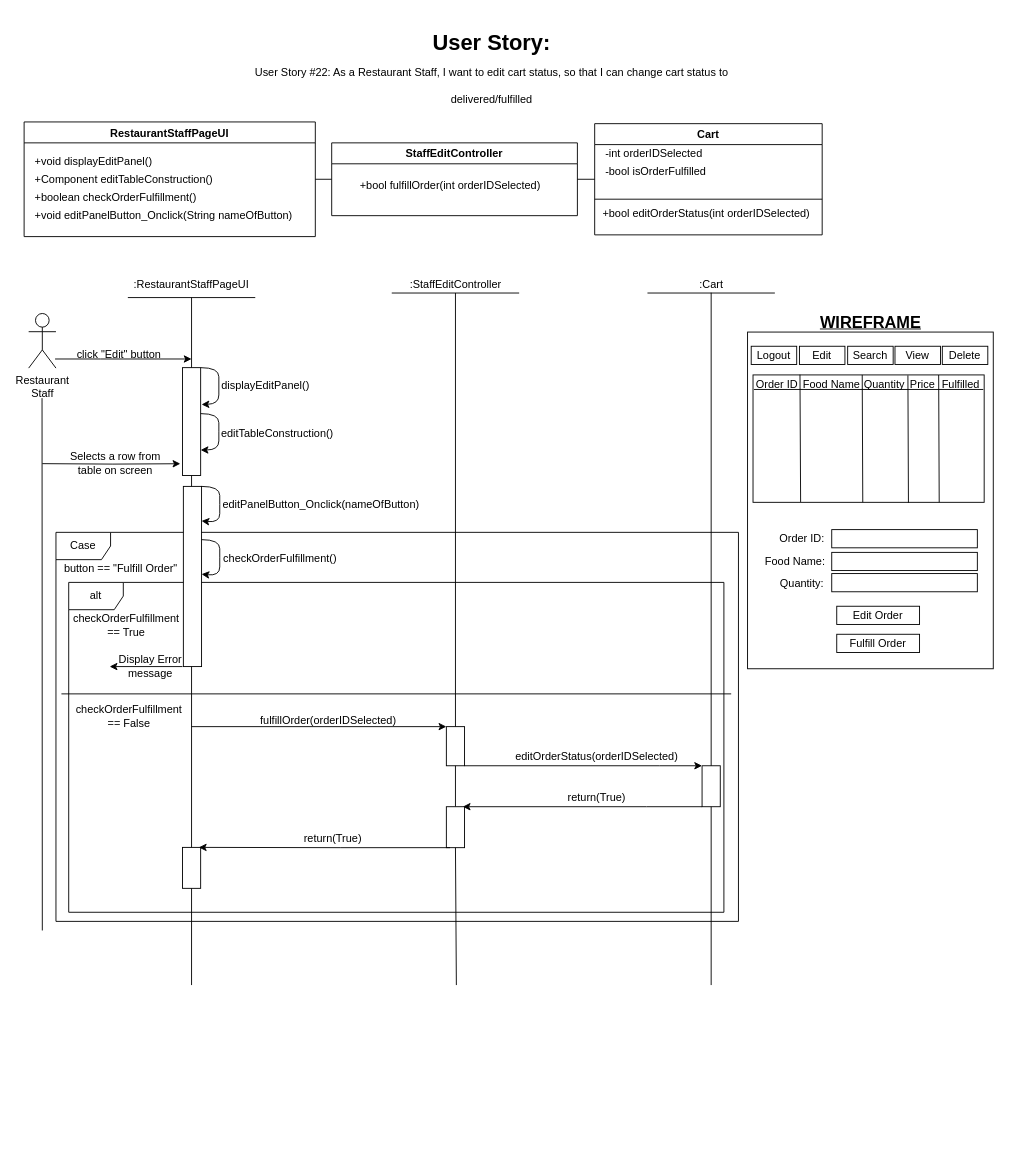
Before: BCE_UML_and_Diagrams/RestaurantStaff/RestaurantStaff_Edit/UserStory#22_RestaurantStaff_Edit.drawio in extred5700/JAVAGUI-Restaurant-Table-Order-System, a draw.io diagram. Source tidied: cells renumbered, new cells numbered last; positions are measured from the earlier drawing's top-left corner, leaving out a move shared by most shapes. Both pictures are drawn from the tidied source at 91%, with x=0, y=0 at pixel (24, 25).
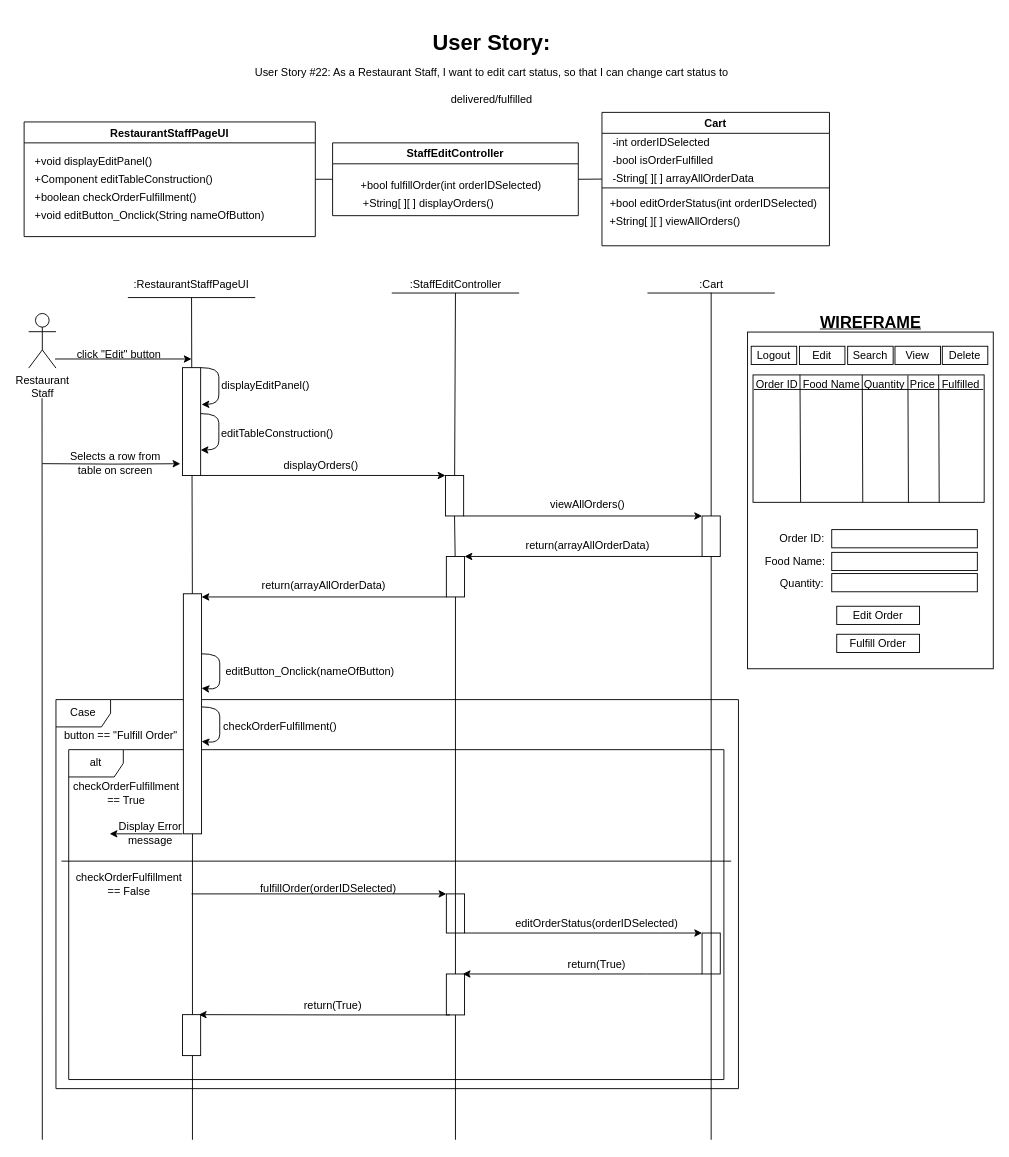
The same diagram, later.

Commit message (it also covers changes not shown here):
Changed Restaurant Staff Edit and Delete

Unchanged cells that the change refers to:
```xml
<mxCell id="8" value="RestaurantStaffPageUI" style="swimlane;" parent="1" vertex="1">
  <mxGeometry y="106.5" width="320" height="126" as="geometry" />
</mxCell>
<mxCell id="25" value=":StaffEditController" style="text;html=1;align=center;verticalAlign=middle;points=[];strokeColor=none;fillColor=none;" parent="1" vertex="1">
  <mxGeometry x="414" y="274.5" width="120" height="20" as="geometry" />
</mxCell>
<mxCell id="26" value=":Cart" style="text;html=1;align=center;verticalAlign=middle;points=[];strokeColor=none;fillColor=none;" parent="1" vertex="1">
  <mxGeometry x="735" y="274.5" width="40" height="20" as="geometry" />
</mxCell>
<mxCell id="53" style="rounded=0;whiteSpace=wrap;html=1;" parent="1" vertex="1">
  <mxGeometry x="174" y="376.5" width="20" height="118.5" as="geometry" />
</mxCell>
```

What changed in the source:
```diff
@@
     <mxCell id="2" value="alt" style="shape=umlFrame;whiteSpace=wrap;html=1;" parent="1" vertex="1">
-      <mxGeometry x="49" y="612.5" width="720" height="362.5" as="geometry" />
+      <mxGeometry x="49" y="796.3" width="720" height="362.5" as="geometry" />
     </mxCell>
     <mxCell id="3" value="Case" style="shape=umlFrame;whiteSpace=wrap;html=1;" parent="1" vertex="1">
-      <mxGeometry x="35" y="557.5" width="750" height="427.5" as="geometry" />
+      <mxGeometry x="35" y="741.3" width="750" height="427.5" as="geometry" />
     </mxCell>
     <mxCell id="4" style="endArrow=classic;html=1;rounded=0;entryX=0;entryY=0;entryDx=0;entryDy=0;" parent="1" edge="1">
       <mxGeometry relative="1" as="geometry">
-        <mxPoint x="184" y="771" as="sourcePoint" />
-        <mxPoint x="464" y="771" as="targetPoint" />
+        <mxPoint x="184" y="954.8" as="sourcePoint" />
+        <mxPoint x="464" y="954.8" as="targetPoint" />
       </mxGeometry>
     </mxCell>
-    <mxCell id="5" style="endArrow=none;html=1;rounded=0;fontSize=17;" parent="1" edge="1">
+    <mxCell id="5" style="endArrow=none;html=1;rounded=0;fontSize=17;startArrow=none;" parent="1" edge="1">
       <mxGeometry relative="1" as="geometry">
-        <mxPoint x="184" y="1055" as="sourcePoint" />
+        <mxPoint x="184.9" y="628.5" as="sourcePoint" />
         <mxPoint x="184" y="299.5" as="targetPoint" />
       </mxGeometry>
     </mxCell>
-    <mxCell id="6" style="rounded=0;whiteSpace=wrap;html=1;" parent="1" vertex="1">
-      <mxGeometry x="175" y="507" width="20" height="198" as="geometry" />
-    </mxCell>
@@
-    <mxCell id="12" value="+void editPanelButton_Onclick(String nameOfButton)" style="text;html=1;align=left;verticalAlign=middle;strokeColor=none;fillColor=none;" parent="8" vertex="1">
-      <mxGeometry x="10" y="93" width="300" height="20" as="geometry" />
+    <mxCell id="12" value="+void editButton_Onclick(String nameOfButton)" style="text;html=1;align=left;verticalAlign=middle;strokeColor=none;fillColor=none;" parent="8" vertex="1">
+      <mxGeometry x="10" y="93" width="270" height="20" as="geometry" />
     </mxCell>
     <mxCell id="13" value="StaffEditController" style="swimlane;startSize=23;" parent="1" vertex="1">
-      <mxGeometry x="338" y="129.5" width="270" height="80" as="geometry" />
+      <mxGeometry x="339" y="129.5" width="270" height="80" as="geometry" />
     </mxCell>
@@
+    <mxCell id="89" value="&lt;div style=&quot;text-align: left&quot;&gt;+String[ ][ ] displayOrders()&lt;/div&gt;" style="text;html=1;align=center;verticalAlign=middle;strokeColor=none;fillColor=none;" parent="13" vertex="1">
+      <mxGeometry x="25" y="57" width="160" height="20" as="geometry" />
+    </mxCell>
     <mxCell id="15" value="Cart" style="swimlane;" parent="1" vertex="1">
-      <mxGeometry x="627" y="108.4" width="250" height="122.2" as="geometry" />
+      <mxGeometry x="635" y="96" width="250" height="146.6" as="geometry" />
     </mxCell>
@@
+    <mxCell id="90" value="&lt;div style=&quot;text-align: left&quot;&gt;+String[ ][ ] viewAllOrders()&lt;/div&gt;" style="text;html=1;align=center;verticalAlign=middle;strokeColor=none;fillColor=none;" parent="15" vertex="1">
+      <mxGeometry y="110" width="160" height="20" as="geometry" />
+    </mxCell>
+    <mxCell id="91" value="-String[ ][ ] arrayAllOrderData" style="text;html=1;align=left;verticalAlign=middle;strokeColor=none;fillColor=none;" parent="15" vertex="1">
+      <mxGeometry x="10" y="63" width="170" height="20" as="geometry" />
+    </mxCell>
@@
-    <mxCell id="30" style="curved=1;endArrow=classic;html=1;rounded=0;exitX=1;exitY=0;exitDx=0;exitDy=0;" parent="1" edge="1" source="6">
+    <mxCell id="30" style="curved=1;endArrow=classic;html=1;rounded=0;exitX=1;exitY=0.25;exitDx=0;exitDy=0;" parent="1" edge="1" source="6">
       <mxGeometry relative="1" as="geometry">
-        <mxPoint x="195" y="545" as="targetPoint" />
+        <mxPoint x="195" y="728.8" as="targetPoint" />
         <Array as="points">
-          <mxPoint x="215" y="507" />
-          <mxPoint x="215" y="527" />
-          <mxPoint x="215" y="547" />
+          <mxPoint x="215" y="690.8" />
+          <mxPoint x="215" y="710.8" />
+          <mxPoint x="215" y="730.8" />
         </Array>
       </mxGeometry>
     </mxCell>
-    <mxCell id="31" value="&lt;span style=&quot;text-align: left&quot;&gt;editPanelButton_Onclick(nameOfButton)&lt;/span&gt;" style="text;html=1;align=center;verticalAlign=middle;strokeColor=none;fillColor=none;" parent="1" vertex="1">
-      <mxGeometry x="211" y="517" width="230" height="20" as="geometry" />
+    <mxCell id="31" value="&lt;span style=&quot;text-align: left&quot;&gt;editButton_Onclick(nameOfButton)&lt;/span&gt;" style="text;html=1;align=center;verticalAlign=middle;strokeColor=none;fillColor=none;" parent="1" vertex="1">
+      <mxGeometry x="214" y="700.8" width="200" height="20" as="geometry" />
     </mxCell>
     <mxCell id="32" value="fulfillOrder(orderIDSelected)" style="text;html=1;align=center;verticalAlign=middle;strokeColor=none;fillColor=none;" parent="1" vertex="1">
-      <mxGeometry x="254" y="755" width="160" height="20" as="geometry" />
+      <mxGeometry x="254" y="938.8" width="160" height="20" as="geometry" />
     </mxCell>
     <mxCell id="33" style="edgeStyle=orthogonalEdgeStyle;rounded=0;jettySize=auto;html=1;exitX=1;exitY=1;exitDx=0;exitDy=0;entryX=0;entryY=0;entryDx=0;entryDy=0;" parent="1" edge="1" source="51" target="49">
       <mxGeometry relative="1" as="geometry">
         <Array as="points">
-          <mxPoint x="698" y="814" />
-          <mxPoint x="698" y="814" />
+          <mxPoint x="698" y="997.8" />
+          <mxPoint x="698" y="997.8" />
         </Array>
       </mxGeometry>
     </mxCell>
-    <mxCell id="34" style="endArrow=none;html=1;rounded=0;startArrow=none;entryX=0.5;entryY=1;entryDx=0;entryDy=0;entryPerimeter=0;" parent="1" edge="1" source="70" target="25">
+    <mxCell id="34" style="endArrow=none;html=1;rounded=0;startArrow=none;entryX=0.5;entryY=1;entryDx=0;entryDy=0;entryPerimeter=0;" parent="1" edge="1" source="93" target="25">
       <mxGeometry relative="1" as="geometry" />
     </mxCell>
     <mxCell id="35" value="editOrderStatus(orderIDSelected)" style="text;html=1;align=center;verticalAlign=middle;strokeColor=none;fillColor=none;" parent="1" vertex="1">
-      <mxGeometry x="534" y="794" width="190" height="20" as="geometry" />
+      <mxGeometry x="534" y="977.8" width="190" height="20" as="geometry" />
     </mxCell>
-    <mxCell id="36" style="endArrow=none;html=1;rounded=0;entryX=0.5;entryY=0.982;entryDx=0;entryDy=0;entryPerimeter=0;" parent="1" edge="1" target="26">
-      <mxGeometry relative="1" as="geometry">
-        <mxPoint x="755" y="1055" as="sourcePoint" />
-      </mxGeometry>
+    <mxCell id="36" style="endArrow=none;html=1;rounded=0;entryX=0.5;entryY=0.982;entryDx=0;entryDy=0;entryPerimeter=0;startArrow=none;" parent="1" edge="1" source="98" target="26">
+      <mxGeometry relative="1" as="geometry" />
     </mxCell>
@@
     <mxCell id="48" style="edgeStyle=orthogonalEdgeStyle;rounded=0;jettySize=auto;html=1;exitX=0;exitY=1;exitDx=0;exitDy=0;entryX=0.5;entryY=0;entryDx=0;entryDy=0;fontSize=12;" parent="1" edge="1" source="49">
       <mxGeometry relative="1" as="geometry">
-        <mxPoint x="482" y="859" as="targetPoint" />
+        <mxPoint x="482" y="1042.8" as="targetPoint" />
         <Array as="points">
-          <mxPoint x="684" y="859.5" />
-          <mxPoint x="684" y="859.5" />
+          <mxPoint x="684" y="1043.3" />
+          <mxPoint x="684" y="1043.3" />
         </Array>
       </mxGeometry>
     </mxCell>
     <mxCell id="49" style="rounded=0;whiteSpace=wrap;html=1;" parent="1" vertex="1">
-      <mxGeometry x="745" y="814" width="20" height="45" as="geometry" />
+      <mxGeometry x="745" y="997.8" width="20" height="45" as="geometry" />
     </mxCell>
@@
-    <mxCell id="51" style="rounded=0;whiteSpace=wrap;html=1;" parent="1" vertex="1">
-      <mxGeometry x="464" y="771" width="20" height="43" as="geometry" />
-    </mxCell>
@@
     <mxCell id="70" style="rounded=0;whiteSpace=wrap;html=1;" parent="1" vertex="1">
-      <mxGeometry x="464" y="859" width="20" height="45" as="geometry" />
+      <mxGeometry x="464" y="1042.8" width="20" height="45" as="geometry" />
     </mxCell>
     <mxCell id="71" style="endArrow=none;html=1;rounded=0;startArrow=none;entryX=0.5;entryY=1;entryDx=0;entryDy=0;entryPerimeter=0;" parent="1" edge="1" target="70">
       <mxGeometry relative="1" as="geometry">
-        <mxPoint x="475" y="1055" as="sourcePoint" />
+        <mxPoint x="474" y="1225" as="sourcePoint" />
       </mxGeometry>
     </mxCell>
     <mxCell id="72" value="return(True)" style="text;html=1;align=center;verticalAlign=middle;strokeColor=none;fillColor=none;fontSize=12;" parent="1" vertex="1">
-      <mxGeometry x="589" y="839.3" width="80" height="20" as="geometry" />
+      <mxGeometry x="589" y="1023.1" width="80" height="20" as="geometry" />
     </mxCell>
     <mxCell id="73" style="edgeStyle=orthogonalEdgeStyle;rounded=0;orthogonalLoop=1;jettySize=auto;html=1;entryX=0.5;entryY=0;entryDx=0;entryDy=0;fontSize=12;" parent="1" edge="1">
       <mxGeometry relative="1" as="geometry">
-        <mxPoint x="468" y="904" as="sourcePoint" />
-        <mxPoint x="192" y="903.7" as="targetPoint" />
+        <mxPoint x="468" y="1087.8" as="sourcePoint" />
+        <mxPoint x="192" y="1087.5" as="targetPoint" />
         <Array as="points">
-          <mxPoint x="348" y="903.7" />
-          <mxPoint x="348" y="903.7" />
+          <mxPoint x="348" y="1087.5" />
+          <mxPoint x="348" y="1087.5" />
         </Array>
       </mxGeometry>
     </mxCell>
-    <mxCell id="74" style="rounded=0;whiteSpace=wrap;html=1;" parent="1" vertex="1">
-      <mxGeometry x="174" y="903.7" width="20" height="45" as="geometry" />
-    </mxCell>
     <mxCell id="75" value="return(True)" style="text;html=1;align=center;verticalAlign=middle;strokeColor=none;fillColor=none;fontSize=12;" parent="1" vertex="1">
-      <mxGeometry x="299" y="884" width="80" height="20" as="geometry" />
+      <mxGeometry x="299" y="1067.8" width="80" height="20" as="geometry" />
     </mxCell>
@@
     <mxCell id="80" style="endArrow=none;html=1;rounded=0;" parent="1" edge="1">
       <mxGeometry relative="1" as="geometry">
-        <mxPoint x="20" y="995" as="sourcePoint" />
+        <mxPoint x="20" y="1225" as="sourcePoint" />
         <mxPoint x="19.7" y="410" as="targetPoint" />
       </mxGeometry>
     </mxCell>
     <mxCell id="81" value="button == &quot;Fulfill Order&quot;" style="text;html=1;strokeColor=none;fillColor=none;align=center;verticalAlign=middle;whiteSpace=wrap;rounded=0;" parent="1" vertex="1">
-      <mxGeometry x="39" y="582.5" width="135" height="30" as="geometry" />
+      <mxGeometry x="39" y="766.3" width="135" height="30" as="geometry" />
     </mxCell>
     <mxCell id="82" style="curved=1;endArrow=classic;html=1;rounded=0;exitX=1;exitY=0;exitDx=0;exitDy=0;" parent="1" edge="1">
       <mxGeometry relative="1" as="geometry">
-        <mxPoint x="195" y="565.5" as="sourcePoint" />
-        <mxPoint x="195" y="603.5" as="targetPoint" />
+        <mxPoint x="195" y="749.3" as="sourcePoint" />
+        <mxPoint x="195" y="787.3" as="targetPoint" />
         <Array as="points">
-          <mxPoint x="215" y="565.5" />
-          <mxPoint x="215" y="585.5" />
-          <mxPoint x="215" y="605.5" />
+          <mxPoint x="215" y="749.3" />
+          <mxPoint x="215" y="769.3" />
+          <mxPoint x="215" y="789.3" />
         </Array>
       </mxGeometry>
     </mxCell>
     <mxCell id="83" value="&lt;span style=&quot;text-align: left&quot;&gt;checkOrderFulfillment()&lt;/span&gt;" style="text;html=1;align=center;verticalAlign=middle;strokeColor=none;fillColor=none;" parent="1" vertex="1">
-      <mxGeometry x="211" y="577.2" width="140" height="20" as="geometry" />
+      <mxGeometry x="211" y="761" width="140" height="20" as="geometry" />
     </mxCell>
     <mxCell id="84" value="checkOrderFulfillment&lt;br&gt;== True" style="text;html=1;strokeColor=none;fillColor=none;align=center;verticalAlign=middle;whiteSpace=wrap;rounded=0;" parent="1" vertex="1">
-      <mxGeometry x="45" y="645" width="135" height="30" as="geometry" />
+      <mxGeometry x="45" y="828.8" width="135" height="30" as="geometry" />
     </mxCell>
     <mxCell id="85" value="checkOrderFulfillment&lt;br&gt;== False" style="text;html=1;strokeColor=none;fillColor=none;align=center;verticalAlign=middle;whiteSpace=wrap;rounded=0;" parent="1" vertex="1">
-      <mxGeometry x="48" y="745" width="135" height="30" as="geometry" />
+      <mxGeometry x="48" y="928.8" width="135" height="30" as="geometry" />
     </mxCell>
     <mxCell id="86" style="endArrow=none;html=1;rounded=0;" parent="1" edge="1">
       <mxGeometry relative="1" as="geometry">
-        <mxPoint x="41" y="735" as="sourcePoint" />
-        <mxPoint x="777" y="735" as="targetPoint" />
+        <mxPoint x="41" y="918.8" as="sourcePoint" />
+        <mxPoint x="777" y="918.8" as="targetPoint" />
       </mxGeometry>
     </mxCell>
     <mxCell id="87" style="endArrow=classic;html=1;rounded=0;" parent="1" edge="1">
       <mxGeometry relative="1" as="geometry">
-        <mxPoint x="174" y="705" as="sourcePoint" />
-        <mxPoint x="94" y="705" as="targetPoint" />
+        <mxPoint x="174" y="888.8" as="sourcePoint" />
+        <mxPoint x="94" y="888.8" as="targetPoint" />
       </mxGeometry>
     </mxCell>
     <mxCell id="88" value="Display Error&lt;br&gt;message" style="text;html=1;strokeColor=none;fillColor=none;align=center;verticalAlign=middle;whiteSpace=wrap;rounded=0;" parent="1" vertex="1">
-      <mxGeometry x="99" y="689.5" width="80" height="30" as="geometry" />
+      <mxGeometry x="99" y="873.3" width="80" height="30" as="geometry" />
     </mxCell>
+    <mxCell id="92" style="endArrow=classic;html=1;rounded=0;exitX=1;exitY=1;exitDx=0;exitDy=0;entryX=0;entryY=0;entryDx=0;entryDy=0;" parent="1" edge="1" source="53" target="93">
+      <mxGeometry relative="1" as="geometry" />
+    </mxCell>
+    <mxCell id="93" style="rounded=0;whiteSpace=wrap;html=1;" parent="1" vertex="1">
+      <mxGeometry x="463" y="495" width="20" height="44.5" as="geometry" />
+    </mxCell>
+    <mxCell id="94" style="endArrow=none;html=1;rounded=0;startArrow=none;entryX=0.5;entryY=1;entryDx=0;entryDy=0;entryPerimeter=0;" parent="1" edge="1" source="100" target="93">
+      <mxGeometry relative="1" as="geometry" />
+    </mxCell>
+    <mxCell id="95" value="&lt;span style=&quot;font-size: 12px&quot;&gt;displayOrders()&lt;/span&gt;" style="text;html=1;align=center;verticalAlign=middle;strokeColor=none;fillColor=none;fontSize=16;" parent="1" vertex="1">
+      <mxGeometry x="276" y="467" width="100" height="30" as="geometry" />
+    </mxCell>
+    <mxCell id="96" style="endArrow=classic;html=1;rounded=0;entryX=0;entryY=0;entryDx=0;entryDy=0;exitX=1;exitY=1;exitDx=0;exitDy=0;" parent="1" edge="1" source="93" target="98">
+      <mxGeometry relative="1" as="geometry" />
+    </mxCell>
+    <mxCell id="97" value="&lt;span style=&quot;font-size: 12px&quot;&gt;viewAllOrders()&lt;/span&gt;" style="text;html=1;align=center;verticalAlign=middle;strokeColor=none;fillColor=none;fontSize=16;" parent="1" vertex="1">
+      <mxGeometry x="569" y="509.5" width="100" height="30" as="geometry" />
+    </mxCell>
+    <mxCell id="98" style="rounded=0;whiteSpace=wrap;html=1;" parent="1" vertex="1">
+      <mxGeometry x="745" y="539.5" width="20" height="44.5" as="geometry" />
+    </mxCell>
+    <mxCell id="99" style="endArrow=none;html=1;rounded=0;entryX=0.5;entryY=1;entryDx=0;entryDy=0;" parent="1" edge="1" target="98">
+      <mxGeometry relative="1" as="geometry">
+        <mxPoint x="755" y="1225" as="sourcePoint" />
+      </mxGeometry>
+    </mxCell>
+    <mxCell id="51" style="rounded=0;whiteSpace=wrap;html=1;" parent="1" vertex="1">
+      <mxGeometry x="464" y="954.8" width="20" height="43" as="geometry" />
+    </mxCell>
+    <mxCell id="100" style="rounded=0;whiteSpace=wrap;html=1;" parent="1" vertex="1">
+      <mxGeometry x="464" y="584" width="20" height="44.5" as="geometry" />
+    </mxCell>
+    <mxCell id="101" style="endArrow=none;html=1;rounded=0;startArrow=none;entryX=0.5;entryY=1;entryDx=0;entryDy=0;entryPerimeter=0;" parent="1" edge="1" source="70" target="100">
+      <mxGeometry relative="1" as="geometry" />
+    </mxCell>
+    <mxCell id="102" style="endArrow=classic;html=1;rounded=0;exitX=0;exitY=1;exitDx=0;exitDy=0;entryX=1;entryY=0;entryDx=0;entryDy=0;" parent="1" edge="1" source="98" target="100">
+      <mxGeometry relative="1" as="geometry" />
+    </mxCell>
+    <mxCell id="103" value="&lt;span style=&quot;font-size: 12px&quot;&gt;return(arrayAllOrderData)&lt;/span&gt;" style="text;html=1;align=center;verticalAlign=middle;strokeColor=none;fillColor=none;fontSize=16;" parent="1" vertex="1">
+      <mxGeometry x="544" y="555" width="150" height="30" as="geometry" />
+    </mxCell>
+    <mxCell id="104" style="endArrow=none;html=1;rounded=0;fontSize=17;" parent="1" edge="1">
+      <mxGeometry relative="1" as="geometry">
+        <mxPoint x="185" y="1225" as="sourcePoint" />
+        <mxPoint x="185" y="673" as="targetPoint" />
+      </mxGeometry>
+    </mxCell>
+    <mxCell id="105" style="endArrow=classic;html=1;rounded=0;exitX=0;exitY=1;exitDx=0;exitDy=0;entryX=1;entryY=0;entryDx=0;entryDy=0;" parent="1" edge="1" source="100">
+      <mxGeometry relative="1" as="geometry">
+        <mxPoint x="195" y="628.5" as="targetPoint" />
+      </mxGeometry>
+    </mxCell>
+    <mxCell id="106" value="&lt;span style=&quot;font-size: 12px&quot;&gt;return(arrayAllOrderData)&lt;/span&gt;" style="text;html=1;align=center;verticalAlign=middle;strokeColor=none;fillColor=none;fontSize=16;" parent="1" vertex="1">
+      <mxGeometry x="254" y="598.7" width="150" height="30" as="geometry" />
+    </mxCell>
+    <mxCell id="74" style="rounded=0;whiteSpace=wrap;html=1;" parent="1" vertex="1">
+      <mxGeometry x="174" y="1087.5" width="20" height="45" as="geometry" />
+    </mxCell>
+    <mxCell id="6" style="rounded=0;whiteSpace=wrap;html=1;" parent="1" vertex="1">
+      <mxGeometry x="175" y="625" width="20" height="263.8" as="geometry" />
+    </mxCell>
```
